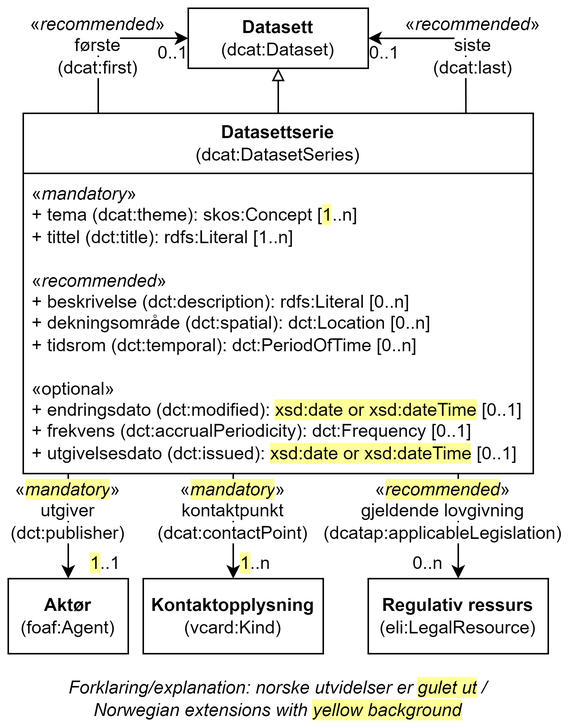
Before: docs/images/Klassen-Datasettserie.png, a diagram exported from draw.io (Informasjonsforvaltning/dcat-ap-no). Source tidied: cells renumbered, new cells last; positions are measured from the earlier drawing's top-left corner, leaving out a move shared by most shapes.
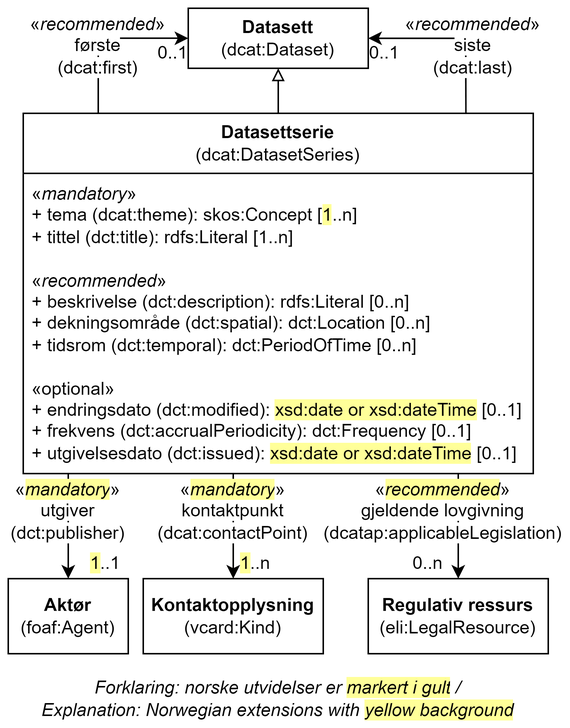
Above is the later version.

What changed in the source:
```diff
@@ -25,9 +25,6 @@
     <mxCell id="8" value="&lt;span style=&quot;background-color: rgb(255, 255, 255);&quot;&gt;&lt;b style=&quot;&quot;&gt;Datasett&lt;br&gt;&lt;/b&gt;(dcat:Dataset)&lt;/span&gt;" style="rounded=0;whiteSpace=wrap;html=1;" parent="1" vertex="1">
       <mxGeometry x="120" width="120" height="40" as="geometry" />
     </mxCell>
-    <mxCell id="9" value="Forklaring/explanation: norske utvidelser er&amp;nbsp;&lt;span style=&quot;background-color: rgb(255, 255, 153);&quot;&gt;gulet ut&lt;/span&gt;&lt;span style=&quot;background-color: rgb(255 , 255 , 255)&quot;&gt;&amp;nbsp;/&lt;/span&gt;&lt;div&gt;&lt;span style=&quot;background-color: rgb(255 , 255 , 255)&quot;&gt;Norwegian extensions with &lt;/span&gt;&lt;span style=&quot;background-color: rgb(255, 255, 153);&quot;&gt;yellow background&lt;/span&gt;&lt;/div&gt;" style="text;html=1;strokeColor=none;fillColor=none;align=center;verticalAlign=middle;whiteSpace=wrap;rounded=0;fontStyle=2;" parent="1" vertex="1">
-      <mxGeometry y="450" width="360" height="20" as="geometry" />
-    </mxCell>
     <mxCell id="10" value="&lt;b&gt;Kontaktopplysning&lt;/b&gt;&lt;br&gt;(vcard:Kind)" style="html=1;whiteSpace=wrap;" parent="1" vertex="1">
       <mxGeometry x="90" y="380" width="120" height="50" as="geometry" />
     </mxCell>
@@ -86,5 +83,8 @@
     <mxCell id="24" value="0..1" style="text;html=1;align=center;verticalAlign=middle;whiteSpace=wrap;rounded=0;" parent="1" vertex="1">
       <mxGeometry x="236" y="20" width="30" height="20" as="geometry" />
     </mxCell>
+    <mxCell id="25" value="Forklaring: norske utvidelser er&amp;nbsp;&lt;span style=&quot;background-color: rgb(255, 255, 153);&quot;&gt;markert i gult&lt;/span&gt;&lt;span style=&quot;background-color: rgb(255 , 255 , 255)&quot;&gt;&amp;nbsp;/ &lt;br&gt;&lt;/span&gt;Explanation:&amp;nbsp;&lt;span style=&quot;background-color: rgb(255 , 255 , 255)&quot;&gt;Norwegian extensions with &lt;/span&gt;&lt;span style=&quot;background-color: rgb(255, 255, 153);&quot;&gt;yellow background&lt;/span&gt;" style="text;html=1;strokeColor=none;fillColor=none;align=center;verticalAlign=middle;whiteSpace=wrap;rounded=0;fontStyle=2;" parent="1" vertex="1">
+      <mxGeometry y="450" width="360" height="20" as="geometry" />
+    </mxCell>
   </root>
 </mxGraphModel>
```
